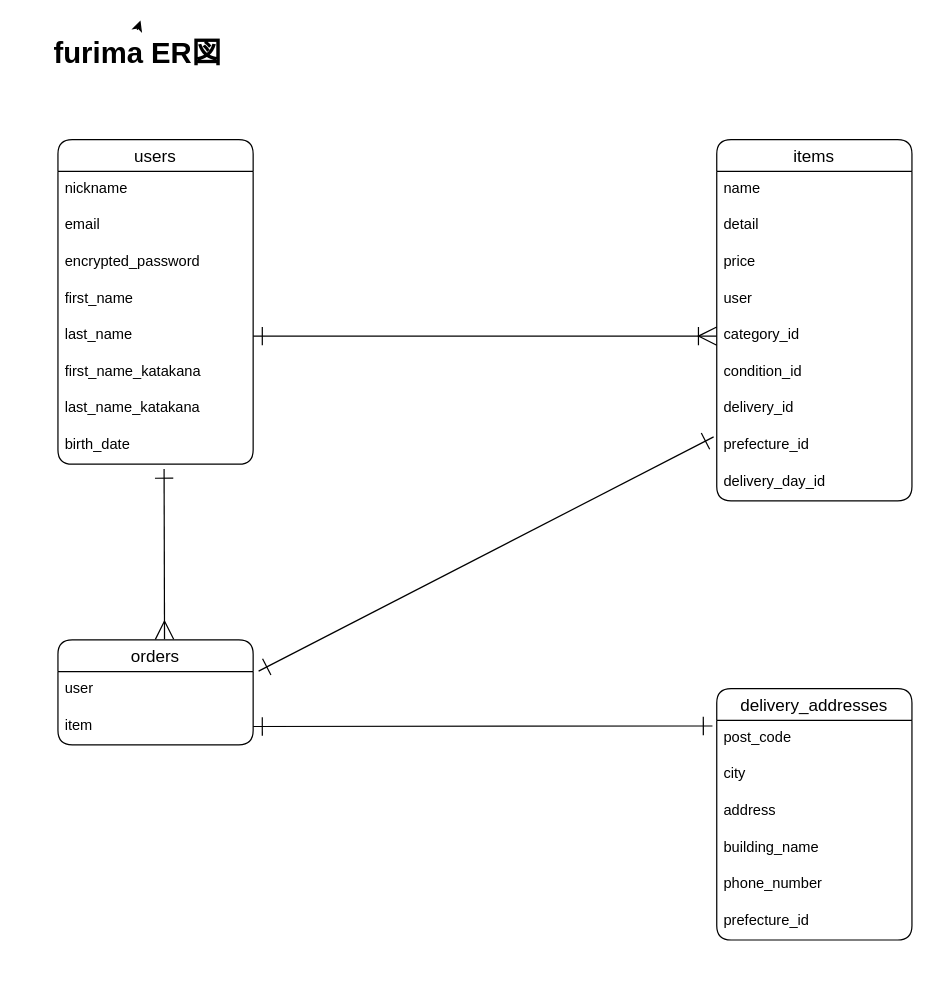
Earlier version of the draw.io diagram rurima-38024.dio (manabu-ouchi/furima-38204). Source tidied: cells renumbered, new cells numbered last; positions are measured from the earlier drawing's top-left corner, leaving out a move shared by most shapes. Both pictures are drawn from the tidied source at 122%, with x=0, y=0 at pixel (21, 29).
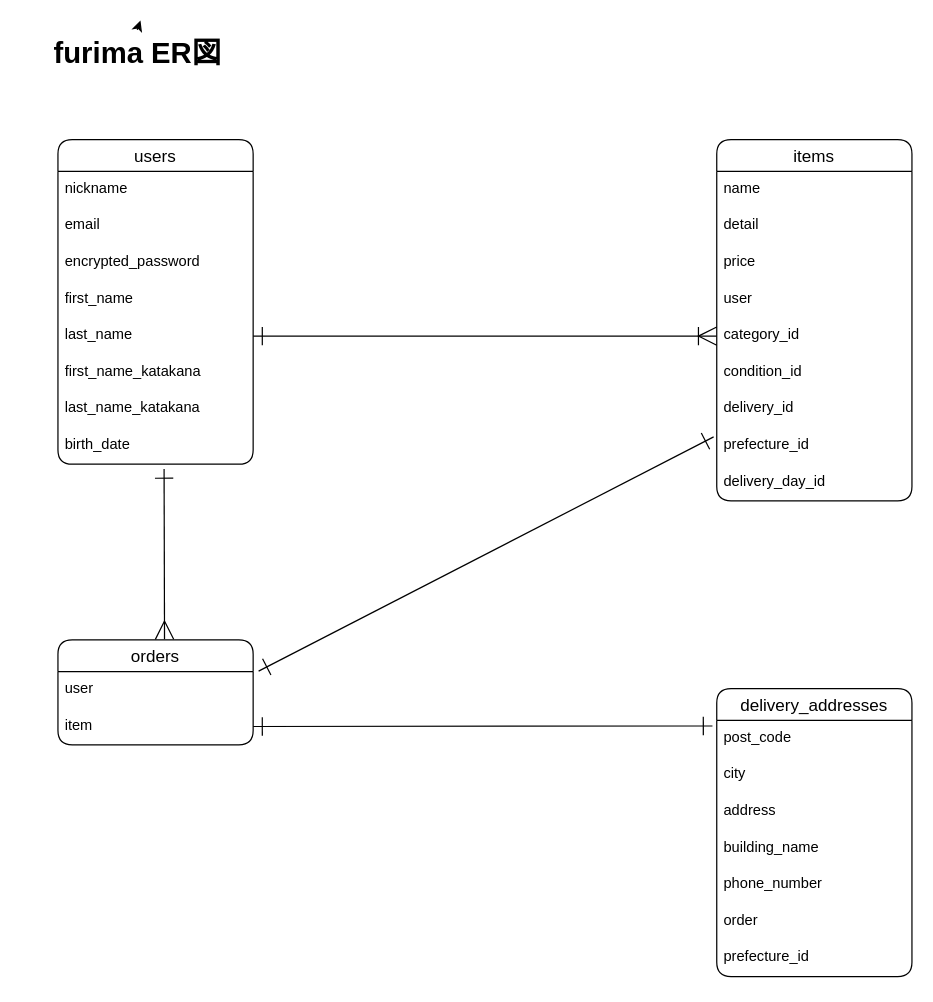
Above is the later version.

Change to the diagram source:
```diff
@@
     <mxCell id="25" value="delivery_addresses" style="swimlane;fontStyle=0;horizontal=1;startSize=26;align=center;fontSize=14;rounded=1;" parent="1" vertex="1">
-      <mxGeometry x="570" y="540" width="160" height="206" as="geometry" />
+      <mxGeometry x="570" y="540" width="160" height="236" as="geometry" />
     </mxCell>
@@
+    <mxCell id="37" value="order" style="text;strokeColor=none;fillColor=none;spacingLeft=4;spacingRight=4;overflow=hidden;fontSize=12;rounded=1;" parent="25" vertex="1">
+      <mxGeometry y="176" width="160" height="30" as="geometry" />
+    </mxCell>
     <mxCell id="31" value="prefecture_id" style="text;strokeColor=none;fillColor=none;spacingLeft=4;spacingRight=4;overflow=hidden;fontSize=12;rounded=1;" parent="25" vertex="1">
-      <mxGeometry y="176" width="160" height="30" as="geometry" />
+      <mxGeometry y="206" width="160" height="30" as="geometry" />
     </mxCell>
```
